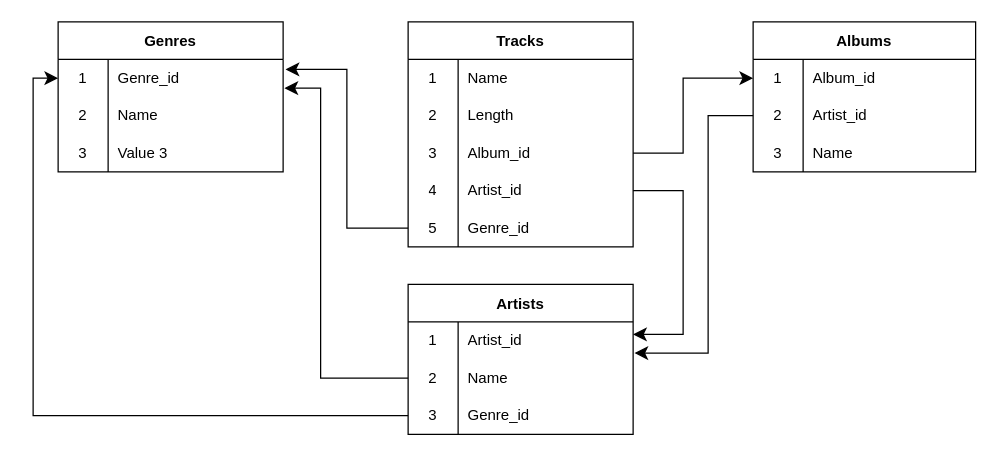
DikVasDoPiL/db keeps this draw.io diagram as db_01.drawio. Above is the earlier version. Source tidied: cells renumbered, new cells numbered last; positions are measured from the earlier drawing's top-left corner, leaving out a move shared by most shapes. Both pictures are drawn from the tidied source at 125%, with x=0, y=0 at pixel (32, 21).
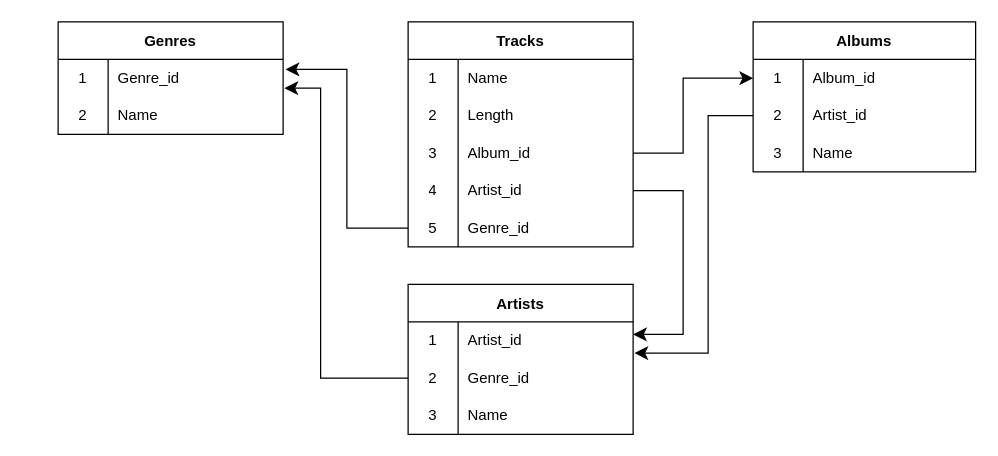
Above is the later version.

The change refers to these unchanged cells:
```xml
<mxCell id="19" style="shape=tableRow;horizontal=0;startSize=0;swimlaneHead=0;swimlaneBody=0;top=0;left=0;bottom=0;right=0;fillColor=none;points=[[0,0.5],[1,0.5]];portConstraint=eastwest;" parent="18" vertex="1">
  <mxGeometry y="30" width="180" height="30" as="geometry" />
</mxCell>
<mxCell id="33" style="shape=tableRow;horizontal=0;startSize=0;swimlaneHead=0;swimlaneBody=0;top=0;left=0;bottom=0;right=0;fillColor=none;points=[[0,0.5],[1,0.5]];portConstraint=eastwest;" parent="29" vertex="1">
  <mxGeometry y="60" width="180" height="30" as="geometry" />
</mxCell>
<mxCell id="36" style="shape=tableRow;horizontal=0;startSize=0;swimlaneHead=0;swimlaneBody=0;top=0;left=0;bottom=0;right=0;fillColor=none;points=[[0,0.5],[1,0.5]];portConstraint=eastwest;" parent="29" vertex="1">
  <mxGeometry y="90" width="180" height="30" as="geometry" />
</mxCell>
```

The edit, as a diff of the source:
```diff
@@
     <mxCell id="18" value="Genres" style="shape=table;startSize=30;childLayout=tableLayout;rowLines=0;fontStyle=1;" parent="1" vertex="1">
-      <mxGeometry x="20" width="180" height="120" as="geometry" />
+      <mxGeometry x="20" width="180" height="90" as="geometry" />
     </mxCell>
@@
-    <mxCell id="25" style="shape=tableRow;horizontal=0;startSize=0;swimlaneHead=0;swimlaneBody=0;top=0;left=0;bottom=0;right=0;fillColor=none;" parent="18" vertex="1">
-      <mxGeometry y="90" width="180" height="30" as="geometry" />
-    </mxCell>
-    <mxCell id="26" value="3" style="shape=partialRectangle;html=1;whiteSpace=wrap;fillColor=none;top=0;left=0;bottom=0;right=0;overflow=hidden;" parent="25" vertex="1">
-      <mxGeometry width="40" height="30" as="geometry" />
-    </mxCell>
-    <mxCell id="27" value="Value 3" style="shape=partialRectangle;html=1;whiteSpace=wrap;fillColor=none;top=0;left=0;bottom=0;right=0;align=left;spacingLeft=6;overflow=hidden;" parent="25" vertex="1">
-      <mxGeometry x="40" width="140" height="30" as="geometry" />
-    </mxCell>
@@
-    <mxCell id="35" value="Name" style="shape=partialRectangle;html=1;whiteSpace=wrap;fillColor=none;top=0;left=0;bottom=0;right=0;align=left;spacingLeft=6;overflow=hidden;" parent="33" vertex="1">
+    <mxCell id="35" value="Genre_id" style="shape=partialRectangle;html=1;whiteSpace=wrap;fillColor=none;top=0;left=0;bottom=0;right=0;align=left;spacingLeft=6;overflow=hidden;" parent="33" vertex="1">
       <mxGeometry x="40" width="140" height="30" as="geometry" />
     </mxCell>
@@
-    <mxCell id="38" value="Genre_id" style="shape=partialRectangle;html=1;whiteSpace=wrap;fillColor=none;top=0;left=0;bottom=0;right=0;align=left;spacingLeft=6;overflow=hidden;" parent="36" vertex="1">
+    <mxCell id="38" value="Name" style="shape=partialRectangle;html=1;whiteSpace=wrap;fillColor=none;top=0;left=0;bottom=0;right=0;align=left;spacingLeft=6;overflow=hidden;" parent="36" vertex="1">
       <mxGeometry x="40" width="140" height="30" as="geometry" />
     </mxCell>
@@
-    <mxCell id="53" style="edgeStyle=elbowEdgeStyle;elbow=vertical;endArrow=classic;html=1;curved=0;rounded=0;endSize=8;startSize=8;exitX=0;exitY=0.5;exitDx=0;exitDy=0;entryX=0;entryY=0.5;entryDx=0;entryDy=0;" parent="1" edge="1" source="36" target="19">
-      <mxGeometry relative="1" as="geometry">
-        <Array as="points">
-          <mxPoint y="210" />
-          <mxPoint x="90" y="320" />
-        </Array>
-      </mxGeometry>
-    </mxCell>
```
